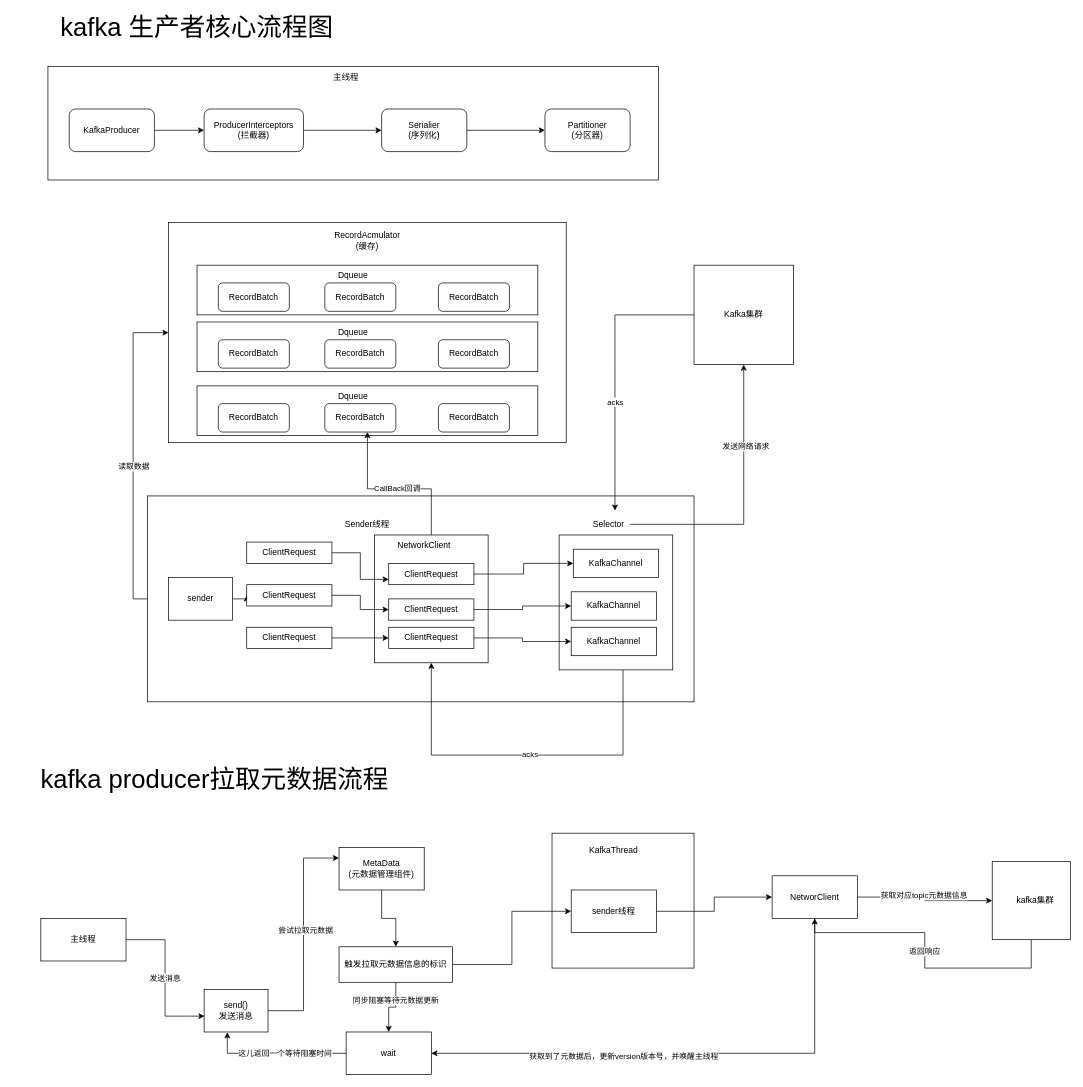
Above: page "生产者核心流程图" (1 of 2) of KAFKA源码.drawio in heyuan-sys/testgit (draw.io), before the change. Source tidied: cells renumbered, new cells numbered last; positions are measured from the earlier drawing's top-left corner, leaving out a move shared by most shapes. Both pictures are drawn from the tidied source at 71%, with x=0, y=0 at pixel (12, 16).
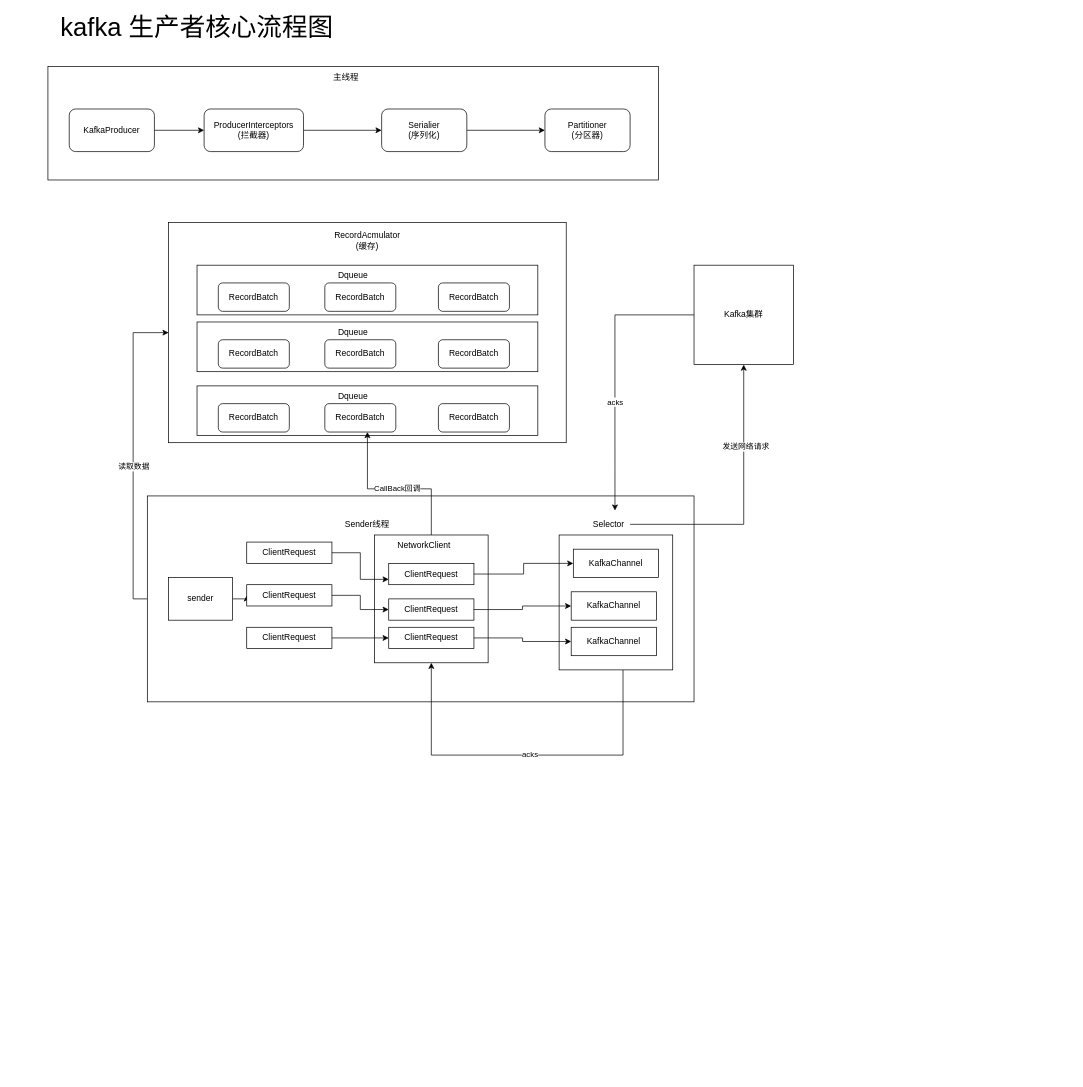
After the change.

What changed in the source:
```diff
@@
-    <mxCell id="63" value="主线程" style="rounded=0;whiteSpace=wrap;html=1;" parent="1" vertex="1">
-      <mxGeometry x="40" y="1270" width="120" height="60" as="geometry" />
-    </mxCell>
-    <mxCell id="64" value="kafka producer拉取元数据流程" style="text;html=1;strokeColor=none;fillColor=none;align=center;verticalAlign=middle;whiteSpace=wrap;rounded=0;fontSize=36;" parent="1" vertex="1">
-      <mxGeometry y="1059" width="570" height="30" as="geometry" />
-    </mxCell>
-    <mxCell id="65" style="edgeStyle=orthogonalEdgeStyle;rounded=0;jettySize=auto;html=1;entryX=0;entryY=0.25;entryDx=0;entryDy=0;" parent="1" edge="1" source="67" target="71">
-      <mxGeometry relative="1" as="geometry" />
-    </mxCell>
-    <mxCell id="66" value="尝试拉取元数据" style="edgeLabel;html=1;align=center;verticalAlign=middle;" parent="65" vertex="1">
-      <mxGeometry x="0.04" y="-2" relative="1" as="geometry" />
-    </mxCell>
-    <mxCell id="67" value="send()&lt;br&gt;发送消息" style="rounded=0;whiteSpace=wrap;html=1;" parent="1" vertex="1">
-      <mxGeometry x="270" y="1370" width="90" height="60" as="geometry" />
-    </mxCell>
-    <mxCell id="68" style="edgeStyle=orthogonalEdgeStyle;rounded=0;jettySize=auto;html=1;entryX=0.007;entryY=0.628;entryDx=0;entryDy=0;entryPerimeter=0;" parent="1" edge="1" source="63" target="67">
-      <mxGeometry relative="1" as="geometry" />
-    </mxCell>
-    <mxCell id="69" value="发送消息" style="edgeLabel;html=1;align=center;verticalAlign=middle;" parent="68" vertex="1">
-      <mxGeometry x="-0.01" y="-1" relative="1" as="geometry" />
-    </mxCell>
-    <mxCell id="70" style="edgeStyle=orthogonalEdgeStyle;rounded=0;jettySize=auto;html=1;" parent="1" edge="1" source="71" target="74">
-      <mxGeometry relative="1" as="geometry" />
-    </mxCell>
-    <mxCell id="71" value="MetaData&lt;br&gt;(元数据管理组件)" style="rounded=0;whiteSpace=wrap;html=1;" parent="1" vertex="1">
-      <mxGeometry x="460" y="1170" width="120" height="60" as="geometry" />
-    </mxCell>
-    <mxCell id="72" style="edgeStyle=orthogonalEdgeStyle;rounded=0;jettySize=auto;html=1;" parent="1" edge="1" source="74" target="75">
-      <mxGeometry relative="1" as="geometry" />
-    </mxCell>
-    <mxCell id="73" value="同步阻塞等待元数据更新" style="edgeLabel;html=1;align=center;verticalAlign=middle;" parent="72" vertex="1">
-      <mxGeometry x="-0.38" y="-1" relative="1" as="geometry" />
-    </mxCell>
-    <mxCell id="74" value="触发拉取元数据信息的标识" style="rounded=0;whiteSpace=wrap;html=1;" parent="1" vertex="1">
-      <mxGeometry x="460" y="1310" width="160" height="50" as="geometry" />
-    </mxCell>
-    <mxCell id="75" value="wait" style="rounded=0;whiteSpace=wrap;html=1;" parent="1" vertex="1">
-      <mxGeometry x="470" y="1430" width="120" height="60" as="geometry" />
-    </mxCell>
-    <mxCell id="76" style="rounded=0;whiteSpace=wrap;html=1;" parent="1" vertex="1">
-      <mxGeometry x="760" y="1150" width="200" height="190" as="geometry" />
-    </mxCell>
-    <mxCell id="77" value="KafkaThread" style="text;html=1;strokeColor=none;fillColor=none;align=center;verticalAlign=middle;whiteSpace=wrap;rounded=0;" parent="1" vertex="1">
-      <mxGeometry x="817" y="1160" width="60" height="30" as="geometry" />
-    </mxCell>
-    <mxCell id="78" style="edgeStyle=orthogonalEdgeStyle;rounded=0;jettySize=auto;html=1;entryX=0;entryY=0.5;entryDx=0;entryDy=0;" parent="1" edge="1" source="79" target="88">
-      <mxGeometry relative="1" as="geometry" />
-    </mxCell>
-    <mxCell id="79" value="sender线程" style="rounded=0;whiteSpace=wrap;html=1;" parent="1" vertex="1">
-      <mxGeometry x="787" y="1230" width="120" height="60" as="geometry" />
-    </mxCell>
-    <mxCell id="80" style="edgeStyle=orthogonalEdgeStyle;rounded=0;jettySize=auto;html=1;entryX=0;entryY=0.5;entryDx=0;entryDy=0;" parent="1" edge="1" source="74" target="79">
-      <mxGeometry relative="1" as="geometry" />
-    </mxCell>
-    <mxCell id="81" style="edgeStyle=orthogonalEdgeStyle;rounded=0;jettySize=auto;html=1;entryX=0.5;entryY=1;entryDx=0;entryDy=0;" parent="1" edge="1" source="83" target="88">
-      <mxGeometry relative="1" as="geometry">
-        <Array as="points">
-          <mxPoint x="1435" y="1340" />
-          <mxPoint x="1285" y="1340" />
-          <mxPoint x="1285" y="1290" />
-          <mxPoint x="1130" y="1290" />
-        </Array>
-      </mxGeometry>
-    </mxCell>
-    <mxCell id="82" value="返回响应" style="edgeLabel;html=1;align=center;verticalAlign=middle;" parent="81" vertex="1">
-      <mxGeometry x="0.03" y="1" relative="1" as="geometry" />
-    </mxCell>
-    <mxCell id="83" value="　kafka集群" style="whiteSpace=wrap;html=1;" parent="1" vertex="1">
-      <mxGeometry x="1380" y="1190" width="110" height="110" as="geometry" />
-    </mxCell>
-    <mxCell id="84" style="edgeStyle=orthogonalEdgeStyle;rounded=0;jettySize=auto;html=1;" parent="1" edge="1" source="88" target="83">
-      <mxGeometry relative="1" as="geometry" />
-    </mxCell>
-    <mxCell id="85" value="获取对应topic元数据信息" style="edgeLabel;html=1;align=center;verticalAlign=middle;" parent="84" vertex="1">
-      <mxGeometry x="-0.04" y="2" relative="1" as="geometry">
-        <mxPoint x="-1" y="-1" as="offset" />
-      </mxGeometry>
-    </mxCell>
-    <mxCell id="86" style="edgeStyle=orthogonalEdgeStyle;rounded=0;jettySize=auto;html=1;entryX=1;entryY=0.5;entryDx=0;entryDy=0;" parent="1" edge="1" source="88" target="75">
-      <mxGeometry relative="1" as="geometry">
-        <Array as="points">
-          <mxPoint x="1130" y="1460" />
-        </Array>
-      </mxGeometry>
-    </mxCell>
-    <mxCell id="87" value="获取到了元数据后，更新version版本号，并唤醒主线程" style="edgeLabel;html=1;align=center;verticalAlign=middle;" parent="86" vertex="1">
-      <mxGeometry x="0.26" y="3" relative="1" as="geometry" />
-    </mxCell>
-    <mxCell id="88" value="NetworClient" style="rounded=0;whiteSpace=wrap;html=1;" parent="1" vertex="1">
-      <mxGeometry x="1070" y="1210" width="120" height="60" as="geometry" />
-    </mxCell>
-    <mxCell id="89" style="edgeStyle=orthogonalEdgeStyle;rounded=0;jettySize=auto;html=1;entryX=0.363;entryY=1.006;entryDx=0;entryDy=0;entryPerimeter=0;" parent="1" edge="1" source="75" target="67">
-      <mxGeometry relative="1" as="geometry" />
-    </mxCell>
-    <mxCell id="90" value="这儿返回一个等待阻塞时间" style="edgeLabel;html=1;align=center;verticalAlign=middle;" parent="89" vertex="1">
-      <mxGeometry x="-0.12" relative="1" as="geometry" />
-    </mxCell>
```
